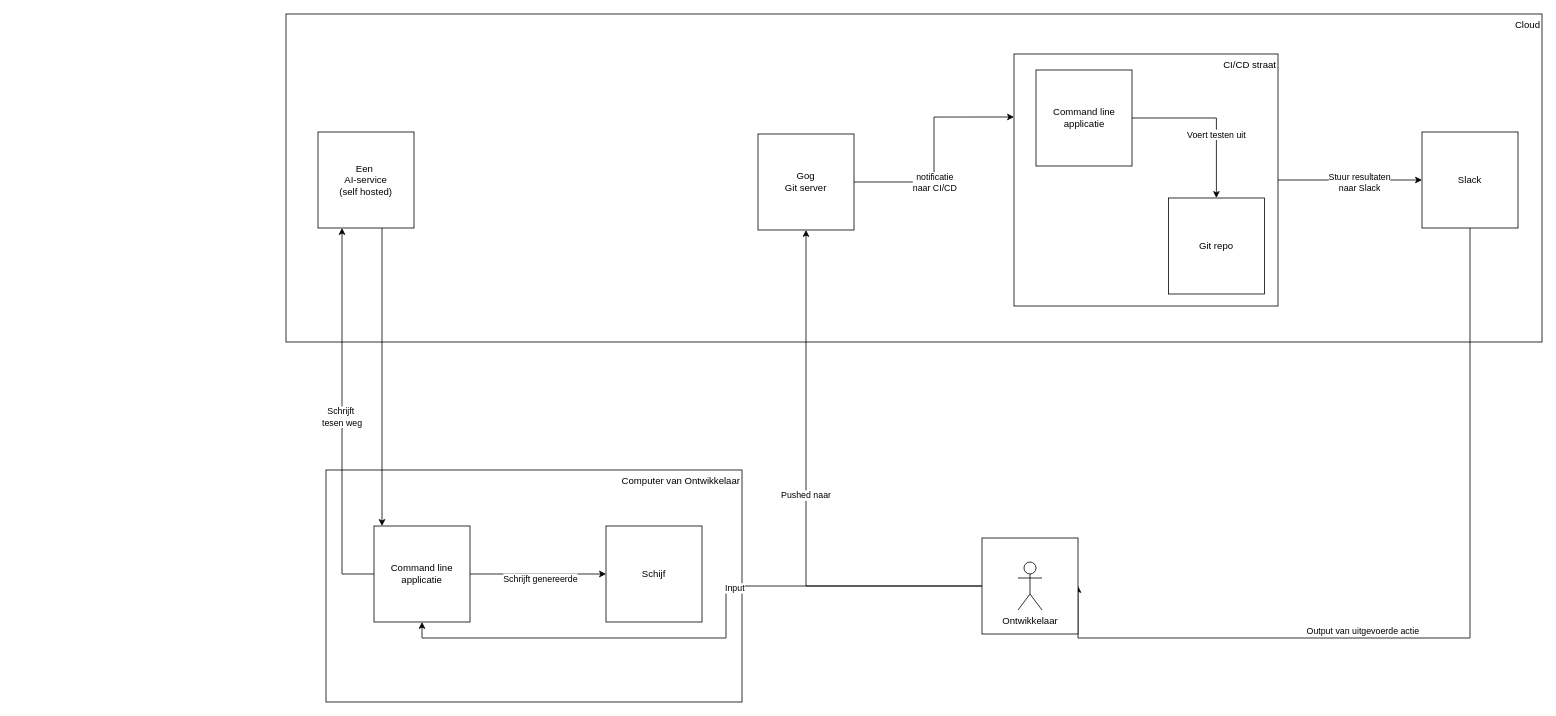
Earlier version of the draw.io diagram page "CLI-app" (2 of 6) of cli app.drawio (luukvankooten/draw.io). Source tidied: cells renumbered, new cells numbered last; positions are measured from the earlier drawing's top-left corner, leaving out a move shared by most shapes. Both pictures are drawn from the tidied source at 80%, with x=0, y=0 at pixel (286, 14).
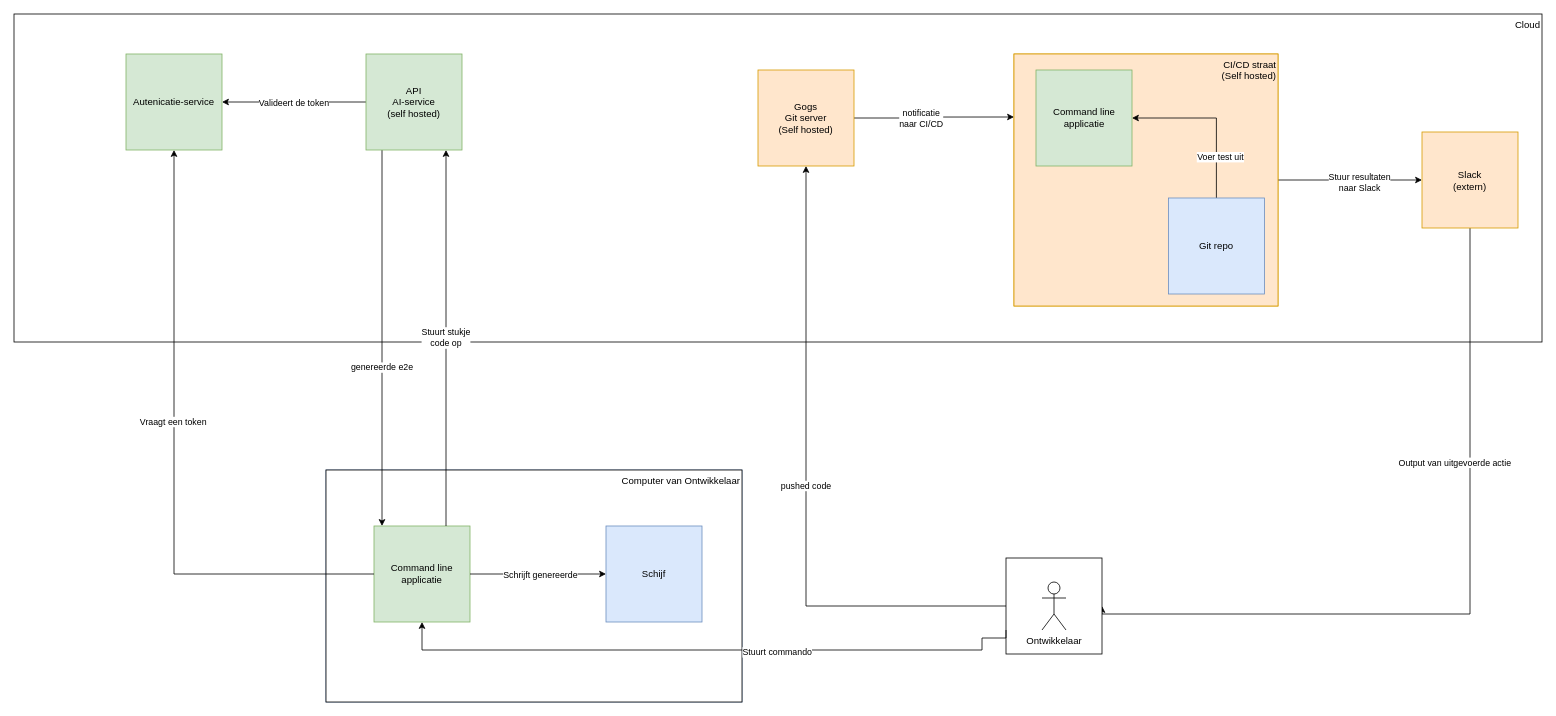
After the change.

The change refers to these unchanged cells:
```xml
<mxCell id="6" style="edgeStyle=orthogonalEdgeStyle;rounded=0;jettySize=auto;html=1;entryX=0;entryY=0.5;entryDx=0;entryDy=0;" parent="2" edge="1" source="4" target="5">
  <mxGeometry relative="1" as="geometry" />
</mxCell>
<mxCell id="11" style="edgeStyle=orthogonalEdgeStyle;rounded=0;jettySize=auto;html=1;" parent="1" edge="1" source="12" target="4">
  <mxGeometry relative="1" as="geometry">
    <Array as="points">
      <mxPoint x="120" y="450" />
      <mxPoint x="120" y="450" />
    </Array>
  </mxGeometry>
</mxCell>
<mxCell id="17" style="whiteSpace=wrap;html=1;" parent="16" vertex="1">
  <mxGeometry width="120" height="120" as="geometry" />
</mxCell>
```

The edit, as a diff of the source:
```diff
@@
-    <mxCell id="2" style="group;" parent="1" vertex="1">
+    <mxCell id="2" style="group;fillColor=#dae8fc;strokeColor=#6c8ebf;" parent="1" vertex="1">
       <mxGeometry x="50" y="570" width="520" height="290" as="geometry" />
     </mxCell>
@@
-    <mxCell id="4" value="Command line applicatie" style="whiteSpace=wrap;html=1;direction=south;" parent="2" vertex="1">
+    <mxCell id="4" value="Command line applicatie" style="whiteSpace=wrap;html=1;direction=south;fillColor=#d5e8d4;strokeColor=#82b366;" parent="2" vertex="1">
       <mxGeometry x="60" y="70" width="120" height="120" as="geometry" />
     </mxCell>
-    <mxCell id="5" value="Schijf" style="whiteSpace=wrap;html=1;" parent="2" vertex="1">
+    <mxCell id="5" value="Schijf" style="whiteSpace=wrap;html=1;fillColor=#dae8fc;strokeColor=#6c8ebf;" parent="2" vertex="1">
       <mxGeometry x="350" y="70" width="120" height="120" as="geometry" />
     </mxCell>
@@
     <mxCell id="7" value="&lt;div&gt;Schrijft genereerde &lt;br&gt;&lt;/div&gt;" style="edgeLabel;html=1;align=center;verticalAlign=middle;" parent="6" vertex="1">
-      <mxGeometry x="0.02" y="-5" relative="1" as="geometry" />
+      <mxGeometry x="0.02" y="-5" relative="1" as="geometry">
+        <mxPoint y="-5" as="offset" />
+      </mxGeometry>
     </mxCell>
     <mxCell id="8" value="&lt;div&gt;Cloud&lt;/div&gt;" style="rounded=0;whiteSpace=wrap;html=1;verticalAlign=top;align=right;" parent="1" vertex="1">
-      <mxGeometry width="1570" height="410" as="geometry" />
+      <mxGeometry x="-340" width="1910" height="410" as="geometry" />
     </mxCell>
@@
+    <mxCell id="32" value="genereerde e2e" style="edgeLabel;html=1;align=center;verticalAlign=middle;" parent="11" vertex="1">
+      <mxGeometry x="0.04" y="-1" relative="1" as="geometry">
+        <mxPoint y="27" as="offset" />
+      </mxGeometry>
+    </mxCell>
+    <mxCell id="33" style="edgeStyle=orthogonalEdgeStyle;rounded=0;jettySize=auto;html=1;entryX=1;entryY=0.5;entryDx=0;entryDy=0;" parent="1" edge="1" source="12" target="37">
+      <mxGeometry relative="1" as="geometry" />
+    </mxCell>
+    <mxCell id="34" value="Valideert de token" style="edgeLabel;html=1;align=center;verticalAlign=middle;" parent="33" vertex="1">
+      <mxGeometry x="0.29" y="2" relative="1" as="geometry">
+        <mxPoint x="25" y="-2" as="offset" />
+      </mxGeometry>
+    </mxCell>
-    <mxCell id="12" value="&lt;div&gt;Een&amp;nbsp;&lt;/div&gt;&lt;div&gt;AI-service&lt;/div&gt;&lt;div&gt;(self hosted)&lt;br&gt;&lt;/div&gt;" style="whiteSpace=wrap;html=1;" parent="1" vertex="1">
-      <mxGeometry x="40" y="147.5" width="120" height="120" as="geometry" />
+    <mxCell id="12" value="&lt;div&gt;API&lt;br&gt;&lt;/div&gt;&lt;div&gt;AI-service&lt;/div&gt;&lt;div&gt;(self hosted)&lt;br&gt;&lt;/div&gt;" style="whiteSpace=wrap;html=1;fillColor=#d5e8d4;strokeColor=#82b366;" parent="1" vertex="1">
+      <mxGeometry x="100" y="50" width="120" height="120" as="geometry" />
     </mxCell>
-    <mxCell id="13" style="edgeStyle=orthogonalEdgeStyle;rounded=0;jettySize=auto;html=1;exitX=0.5;exitY=1;exitDx=0;exitDy=0;entryX=1;entryY=0.5;entryDx=0;entryDy=0;" parent="1" edge="1" source="15" target="17">
+    <mxCell id="13" style="edgeStyle=orthogonalEdgeStyle;rounded=0;jettySize=auto;html=1;exitX=0.5;exitY=1;exitDx=0;exitDy=0;entryX=1;entryY=0.5;entryDx=0;entryDy=0;" parent="1" edge="1" target="17">
       <mxGeometry relative="1" as="geometry">
+        <mxPoint x="1480" y="230" as="sourcePoint" />
         <Array as="points">
-          <mxPoint x="1480" y="780" />
+          <mxPoint x="1480" y="750" />
         </Array>
       </mxGeometry>
     </mxCell>
     <mxCell id="14" value="Output van uitgevoerde actie" style="edgeLabel;html=1;align=center;verticalAlign=middle;" parent="13" vertex="1">
       <mxGeometry x="0.65" y="3" relative="1" as="geometry">
-        <mxPoint x="234" y="-13" as="offset" />
+        <mxPoint x="277" y="-193" as="offset" />
       </mxGeometry>
     </mxCell>
-    <mxCell id="15" value="Slack" style="whiteSpace=wrap;html=1;" parent="1" vertex="1">
+    <mxCell id="15" value="&lt;div&gt;Slack&lt;/div&gt;&lt;div&gt;(extern)&lt;/div&gt;" style="whiteSpace=wrap;html=1;fillColor=#ffe6cc;strokeColor=#d79b00;" parent="1" vertex="1">
       <mxGeometry x="1420" y="147.5" width="120" height="120" as="geometry" />
     </mxCell>
     <mxCell id="16" style="group;" parent="1" vertex="1">
-      <mxGeometry x="870" y="655" width="120" height="120" as="geometry" />
+      <mxGeometry x="900" y="680" width="120" height="120" as="geometry" />
     </mxCell>
@@
-    <mxCell id="19" style="group;" parent="1" vertex="1">
+    <mxCell id="19" style="group;fillColor=#ffe6cc;strokeColor=#d79b00;" parent="1" vertex="1">
       <mxGeometry x="910" y="50" width="330" height="315" as="geometry" />
     </mxCell>
-    <mxCell id="20" value="CI/CD straat" style="rounded=0;whiteSpace=wrap;html=1;verticalAlign=top;align=right;" parent="19" vertex="1">
+    <mxCell id="20" value="&lt;div&gt;CI/CD straat&lt;/div&gt;&lt;div&gt;(Self hosted)&lt;br&gt;&lt;/div&gt;" style="rounded=0;whiteSpace=wrap;html=1;verticalAlign=top;align=right;fillColor=#ffe6cc;strokeColor=#d79b00;" parent="19" vertex="1">
       <mxGeometry width="330" height="315" as="geometry" />
     </mxCell>
-    <mxCell id="21" style="edgeStyle=orthogonalEdgeStyle;rounded=0;jettySize=auto;html=1;" parent="19" edge="1" source="23" target="24">
-      <mxGeometry relative="1" as="geometry" />
-    </mxCell>
-    <mxCell id="22" value="Voert testen uit" style="edgeLabel;html=1;align=center;verticalAlign=middle;" parent="21" vertex="1">
-      <mxGeometry x="-0.21" y="1" relative="1" as="geometry">
-        <mxPoint x="24" y="21" as="offset" />
-      </mxGeometry>
-    </mxCell>
-    <mxCell id="23" value="Command line applicatie" style="whiteSpace=wrap;html=1;direction=south;" parent="19" vertex="1">
+    <mxCell id="23" value="Command line applicatie" style="whiteSpace=wrap;html=1;direction=south;fillColor=#d5e8d4;strokeColor=#82b366;" parent="19" vertex="1">
       <mxGeometry x="27.5" y="20" width="120" height="120" as="geometry" />
     </mxCell>
+    <mxCell id="35" style="edgeStyle=orthogonalEdgeStyle;rounded=0;jettySize=auto;html=1;entryX=0.5;entryY=0;entryDx=0;entryDy=0;" parent="19" edge="1" source="24" target="23">
+      <mxGeometry relative="1" as="geometry">
+        <Array as="points">
+          <mxPoint x="253" y="80" />
+        </Array>
+      </mxGeometry>
+    </mxCell>
+    <mxCell id="36" value="&lt;div&gt;Voer test uit&lt;/div&gt;" style="edgeLabel;html=1;align=center;verticalAlign=middle;" parent="35" vertex="1">
+      <mxGeometry x="-0.5" y="-4" relative="1" as="geometry">
+        <mxPoint y="-1" as="offset" />
+      </mxGeometry>
+    </mxCell>
-    <mxCell id="24" value="Git repo" style="whiteSpace=wrap;html=1;direction=south;" parent="19" vertex="1">
+    <mxCell id="24" value="Git repo" style="whiteSpace=wrap;html=1;direction=south;fillColor=#dae8fc;strokeColor=#6c8ebf;" parent="19" vertex="1">
       <mxGeometry x="193" y="180" width="120" height="120" as="geometry" />
     </mxCell>
@@
-    <mxCell id="27" value="&lt;div&gt;Gog&lt;/div&gt;&lt;div&gt;Git server&lt;br&gt;&lt;/div&gt;" style="whiteSpace=wrap;html=1;direction=south;" parent="1" vertex="1">
-      <mxGeometry x="590" y="150" width="120" height="120" as="geometry" />
+    <mxCell id="27" value="&lt;div&gt;Gogs&lt;/div&gt;&lt;div&gt;Git server&lt;br&gt;&lt;/div&gt;&lt;div&gt;(Self hosted)&lt;br&gt;&lt;/div&gt;" style="whiteSpace=wrap;html=1;direction=south;fillColor=#ffe6cc;strokeColor=#d79b00;" parent="1" vertex="1">
+      <mxGeometry x="590" y="70" width="120" height="120" as="geometry" />
     </mxCell>
-    <mxCell id="28" value="Pushed naar" style="edgeStyle=orthogonalEdgeStyle;rounded=0;jettySize=auto;html=1;entryX=1;entryY=0.5;entryDx=0;entryDy=0;" parent="1" edge="1" source="17" target="27">
+    <mxCell id="28" value="pushed code" style="edgeStyle=orthogonalEdgeStyle;rounded=0;jettySize=auto;html=1;entryX=1;entryY=0.5;entryDx=0;entryDy=0;" parent="1" edge="1" source="17" target="27">
       <mxGeometry relative="1" as="geometry" />
     </mxCell>
-    <mxCell id="29" style="edgeStyle=orthogonalEdgeStyle;rounded=0;jettySize=auto;html=1;entryX=1;entryY=0.5;entryDx=0;entryDy=0;" parent="1" edge="1" source="17" target="4">
-      <mxGeometry relative="1" as="geometry" />
+    <mxCell id="29" style="edgeStyle=orthogonalEdgeStyle;rounded=0;jettySize=auto;html=1;entryX=1;entryY=0.5;entryDx=0;entryDy=0;exitX=0;exitY=0.75;exitDx=0;exitDy=0;" parent="1" edge="1" source="17" target="4">
+      <mxGeometry relative="1" as="geometry">
+        <Array as="points">
+          <mxPoint x="870" y="780" />
+          <mxPoint x="870" y="795" />
+          <mxPoint x="170" y="795" />
+        </Array>
+      </mxGeometry>
     </mxCell>
-    <mxCell id="30" value="Input" style="edgeLabel;html=1;align=center;verticalAlign=middle;" parent="29" vertex="1">
+    <mxCell id="30" value="Stuurt commando" style="edgeLabel;html=1;align=center;verticalAlign=middle;" parent="29" vertex="1">
       <mxGeometry x="-0.21" y="2" relative="1" as="geometry" />
     </mxCell>
-    <mxCell id="31" value="&lt;div&gt;Schrijft&amp;nbsp;&lt;/div&gt;&lt;div&gt;tesen weg&lt;/div&gt;" style="edgeStyle=orthogonalEdgeStyle;rounded=0;jettySize=auto;html=1;" parent="1" edge="1" source="4" target="12">
+    <mxCell id="31" value="&lt;div&gt;Stuurt stukje&lt;/div&gt;&lt;div&gt;code op&lt;/div&gt;" style="edgeStyle=orthogonalEdgeStyle;rounded=0;jettySize=auto;html=1;" parent="1" edge="1" source="4" target="12">
       <mxGeometry relative="1" as="geometry">
         <Array as="points">
-          <mxPoint x="70" y="410" />
-          <mxPoint x="70" y="410" />
+          <mxPoint x="200" y="410" />
+          <mxPoint x="200" y="410" />
         </Array>
       </mxGeometry>
     </mxCell>
+    <mxCell id="37" value="Autenicatie-service" style="whiteSpace=wrap;html=1;fillColor=#d5e8d4;strokeColor=#82b366;" parent="1" vertex="1">
+      <mxGeometry x="-200" y="50" width="120" height="120" as="geometry" />
+    </mxCell>
+    <mxCell id="38" style="edgeStyle=orthogonalEdgeStyle;rounded=0;jettySize=auto;html=1;entryX=0.5;entryY=1;entryDx=0;entryDy=0;" parent="1" edge="1" source="4" target="37">
+      <mxGeometry relative="1" as="geometry" />
+    </mxCell>
+    <mxCell id="39" value="Vraagt een token" style="edgeLabel;html=1;align=center;verticalAlign=middle;" parent="38" vertex="1">
+      <mxGeometry x="0.13" y="2" relative="1" as="geometry" />
+    </mxCell>
```
